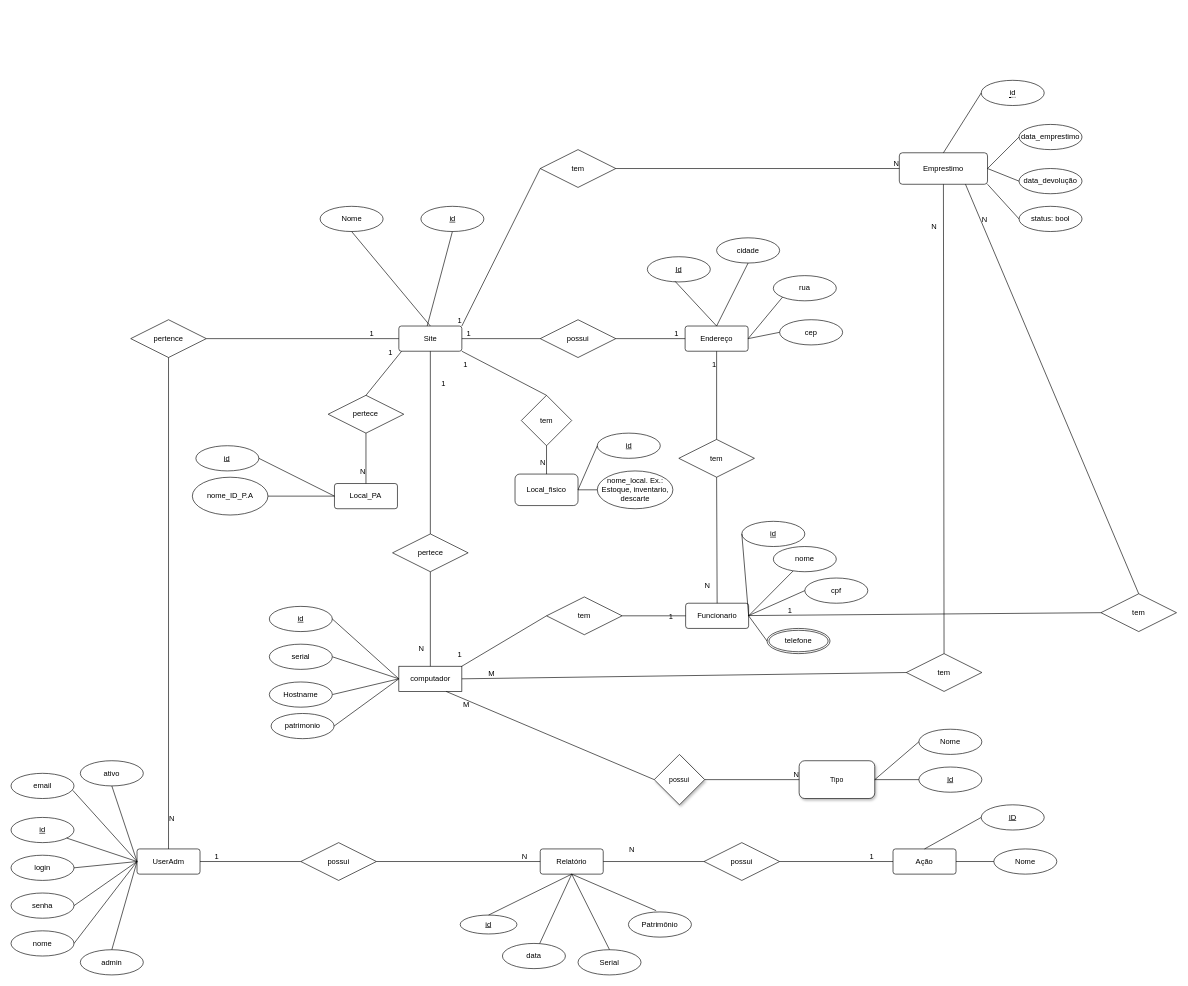
jesiqueira/monitora keeps this draw.io diagram as app/static/img/monitora.drawio. Above is the earlier version. Source tidied: cells renumbered, new cells numbered last; positions are measured from the earlier drawing's top-left corner, leaving out a move shared by most shapes. Both pictures are drawn from the tidied source at 63%, with x=0, y=0 at pixel (11, 80).
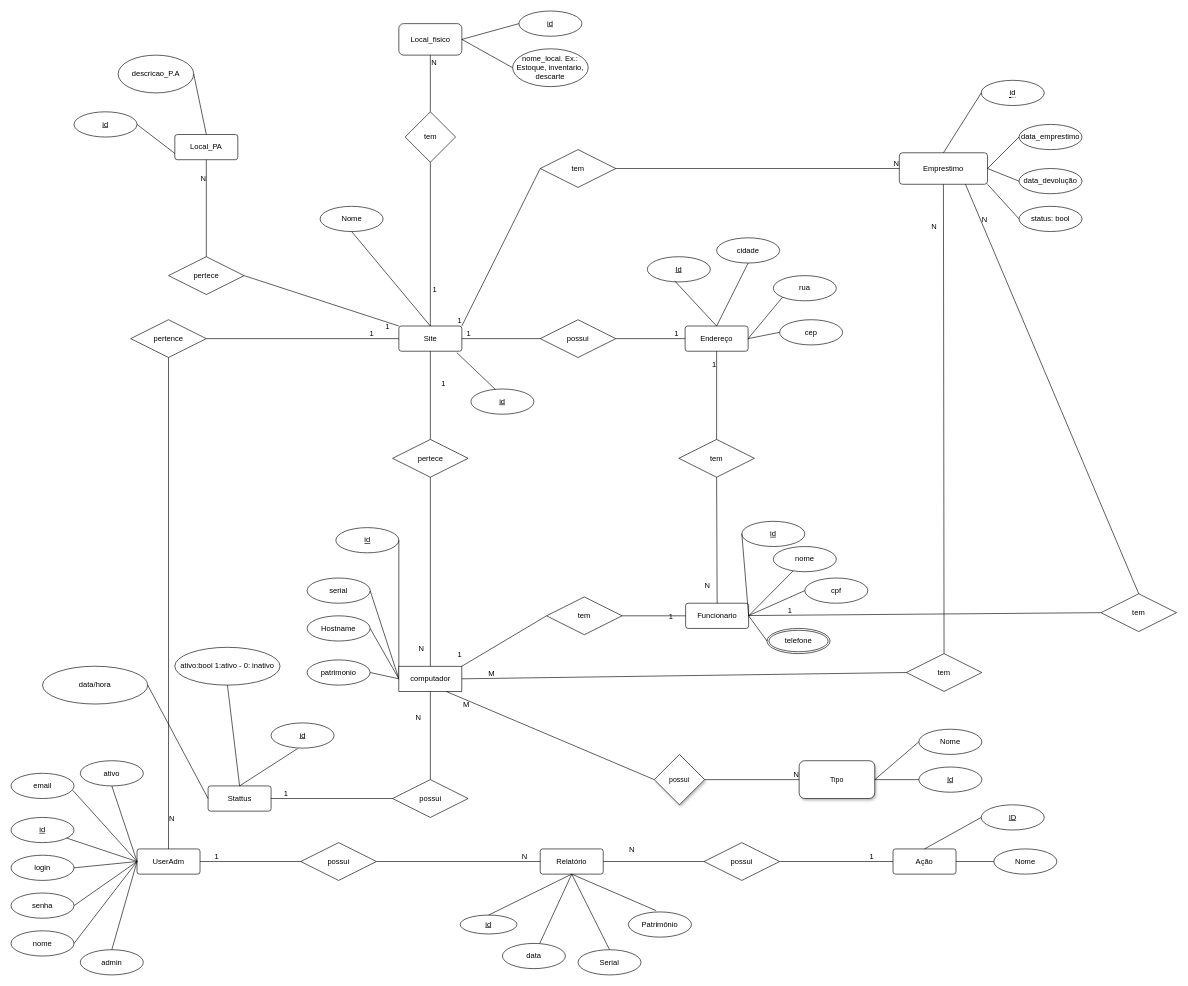
Above is the later version.

Unchanged cells that the change refers to:
```xml
<mxCell id="7" value="Site" style="rounded=1;arcSize=10;whiteSpace=wrap;html=1;align=center;" parent="1" vertex="1">
  <mxGeometry x="615.6" y="390" width="100" height="40" as="geometry" />
</mxCell>
<mxCell id="115" value="computador" style="rounded=1;arcSize=0;whiteSpace=wrap;html=1;align=center;" parent="1" vertex="1">
  <mxGeometry x="615.6" y="930" width="100" height="40" as="geometry" />
</mxCell>
```

Diff of the diagram source:
```diff
@@
     <mxCell id="5" value="id" style="ellipse;whiteSpace=wrap;html=1;align=center;fontStyle=4;" parent="1" vertex="1">
-      <mxGeometry x="410" y="835" width="100" height="40" as="geometry" />
+      <mxGeometry x="515.6" y="710" width="100" height="40" as="geometry" />
     </mxCell>
     <mxCell id="6" value="id" style="ellipse;whiteSpace=wrap;html=1;align=center;fontStyle=4;" parent="1" vertex="1">
-      <mxGeometry x="650.6" y="200" width="100" height="40" as="geometry" />
+      <mxGeometry x="730" y="490" width="100" height="40" as="geometry" />
     </mxCell>
@@
-    <mxCell id="56" style="endArrow=none;html=1;rounded=0;entryX=0.5;entryY=1;entryDx=0;entryDy=0;" parent="1" edge="1" target="6">
-      <mxGeometry relative="1" as="geometry">
-        <mxPoint x="660.6" y="390" as="sourcePoint" />
-      </mxGeometry>
+    <mxCell id="56" style="endArrow=none;html=1;rounded=0;entryX=0.39;entryY=0.021;entryDx=0;entryDy=0;exitX=0.92;exitY=1.057;exitDx=0;exitDy=0;exitPerimeter=0;entryPerimeter=0;" parent="1" edge="1" source="7" target="6">
+      <mxGeometry relative="1" as="geometry" />
     </mxCell>
@@
     <mxCell id="59" value="serial" style="ellipse;whiteSpace=wrap;html=1;align=center;" parent="1" vertex="1">
-      <mxGeometry x="410" y="895" width="100" height="40" as="geometry" />
+      <mxGeometry x="470" y="790" width="100" height="40" as="geometry" />
     </mxCell>
@@
     <mxCell id="61" value="Local_PA" style="rounded=1;arcSize=10;whiteSpace=wrap;html=1;align=center;" parent="1" vertex="1">
-      <mxGeometry x="513.4" y="640" width="100" height="40" as="geometry" />
+      <mxGeometry x="260" y="86" width="100" height="40" as="geometry" />
     </mxCell>
     <mxCell id="62" value="id" style="ellipse;whiteSpace=wrap;html=1;align=center;fontStyle=4;" parent="1" vertex="1">
-      <mxGeometry x="293.4" y="580" width="100" height="40" as="geometry" />
+      <mxGeometry x="100" y="50" width="100" height="40" as="geometry" />
     </mxCell>
-    <mxCell id="63" style="endArrow=none;html=1;rounded=0;exitX=1;exitY=0.5;exitDx=0;exitDy=0;entryX=0;entryY=0.5;entryDx=0;entryDy=0;" parent="1" edge="1" source="62" target="61">
+    <mxCell id="63" style="endArrow=none;html=1;rounded=0;exitX=1;exitY=0.5;exitDx=0;exitDy=0;entryX=0;entryY=0.75;entryDx=0;entryDy=0;" parent="1" edge="1" source="62" target="61">
       <mxGeometry relative="1" as="geometry" />
     </mxCell>
-    <mxCell id="64" style="endArrow=none;html=1;rounded=0;exitX=1;exitY=0.5;exitDx=0;exitDy=0;entryX=0;entryY=0.5;entryDx=0;entryDy=0;" parent="1" edge="1" source="85" target="61">
+    <mxCell id="64" style="endArrow=none;html=1;rounded=0;exitX=1;exitY=0.5;exitDx=0;exitDy=0;entryX=0.5;entryY=0;entryDx=0;entryDy=0;" parent="1" edge="1" source="85" target="61">
       <mxGeometry relative="1" as="geometry" />
     </mxCell>
     <mxCell id="65" value="pertece" style="shape=rhombus;perimeter=rhombusPerimeter;whiteSpace=wrap;html=1;align=center;" parent="1" vertex="1">
-      <mxGeometry x="503.4" y="500" width="120" height="60" as="geometry" />
+      <mxGeometry x="250" y="280" width="120" height="60" as="geometry" />
     </mxCell>
@@
-    <mxCell id="85" value="nome_ID_P.A" style="ellipse;whiteSpace=wrap;html=1;rounded=1;arcSize=10;" parent="1" vertex="1">
-      <mxGeometry x="287.8" y="630" width="120" height="60" as="geometry" />
+    <mxCell id="85" value="descricao_P.A" style="ellipse;whiteSpace=wrap;html=1;rounded=1;arcSize=10;" parent="1" vertex="1">
+      <mxGeometry x="170" y="-40" width="120" height="60" as="geometry" />
     </mxCell>
     <mxCell id="86" value="Local_fisico" style="rounded=1;whiteSpace=wrap;html=1;" parent="1" vertex="1">
-      <mxGeometry x="800" y="625" width="100" height="50" as="geometry" />
+      <mxGeometry x="615.6" y="-90" width="100" height="50" as="geometry" />
     </mxCell>
-    <mxCell id="87" value="tem" style="rhombus;whiteSpace=wrap;html=1;" parent="1" vertex="1">
-      <mxGeometry x="810" y="500" width="80" height="80" as="geometry" />
+    <mxCell id="87" value="tem" style="rhombus;whiteSpace=wrap;html=1;direction=west;" parent="1" vertex="1">
+      <mxGeometry x="625.6" y="50" width="80" height="80" as="geometry" />
     </mxCell>
     <mxCell id="88" value="nome_local. Ex.: Estoque, inventario, descarte" style="ellipse;whiteSpace=wrap;html=1;rounded=1;" parent="1" vertex="1">
-      <mxGeometry x="930.6" y="620" width="120" height="60" as="geometry" />
+      <mxGeometry x="796.2" y="-50" width="120" height="60" as="geometry" />
     </mxCell>
@@
     <mxCell id="90" value="id" style="ellipse;whiteSpace=wrap;html=1;align=center;fontStyle=4;" parent="1" vertex="1">
-      <mxGeometry x="930.6" y="560" width="100" height="40" as="geometry" />
+      <mxGeometry x="806.2" y="-110" width="100" height="40" as="geometry" />
     </mxCell>
@@
-    <mxCell id="92" style="endArrow=none;html=1;rounded=0;entryX=0.5;entryY=0;entryDx=0;entryDy=0;exitX=0.5;exitY=1;exitDx=0;exitDy=0;" parent="1" edge="1" source="87" target="86">
+    <mxCell id="92" style="endArrow=none;html=1;rounded=0;entryX=0.5;entryY=1;entryDx=0;entryDy=0;exitX=0.5;exitY=1;exitDx=0;exitDy=0;" parent="1" edge="1" source="87" target="86">
       <mxGeometry relative="1" as="geometry" />
     </mxCell>
-    <mxCell id="93" value="N" style="html=1;align=right;verticalAlign=bottom;" parent="92" vertex="1">
+    <mxCell id="93" value="N" style="html=1;align=right;verticalAlign=bottom;direction=south;" parent="92" vertex="1">
       <mxGeometry x="1" relative="1" as="geometry">
-        <mxPoint x="-1" y="-10" as="offset" />
+        <mxPoint x="10" y="20" as="offset" />
       </mxGeometry>
     </mxCell>
-    <mxCell id="94" style="endArrow=none;html=1;rounded=0;entryX=1;entryY=1;entryDx=0;entryDy=0;exitX=0.5;exitY=0;exitDx=0;exitDy=0;" parent="1" edge="1" source="87" target="7">
+    <mxCell id="94" style="endArrow=none;html=1;rounded=0;entryX=0.5;entryY=0;entryDx=0;entryDy=0;exitX=0.5;exitY=0;exitDx=0;exitDy=0;" parent="1" edge="1" source="87" target="7">
       <mxGeometry relative="1" as="geometry" />
     </mxCell>
     <mxCell id="95" value="1" style="html=1;align=right;verticalAlign=bottom;" parent="94" vertex="1">
       <mxGeometry x="1" relative="1" as="geometry">
-        <mxPoint x="10" y="30" as="offset" />
+        <mxPoint x="10" y="-50" as="offset" />
       </mxGeometry>
     </mxCell>
-    <mxCell id="96" style="endArrow=none;html=1;rounded=0;entryX=0.5;entryY=0;entryDx=0;entryDy=0;" parent="1" edge="1" source="65" target="61">
+    <mxCell id="96" style="endArrow=none;html=1;rounded=0;exitX=0.5;exitY=0;exitDx=0;exitDy=0;entryX=0.5;entryY=1;entryDx=0;entryDy=0;" parent="1" edge="1" source="65" target="61">
       <mxGeometry relative="1" as="geometry" />
     </mxCell>
     <mxCell id="97" value="N" style="html=1;align=right;verticalAlign=bottom;" parent="96" vertex="1">
       <mxGeometry x="1" relative="1" as="geometry">
-        <mxPoint y="-10" as="offset" />
+        <mxPoint y="39" as="offset" />
       </mxGeometry>
     </mxCell>
-    <mxCell id="98" style="endArrow=none;html=1;rounded=0;entryX=0.044;entryY=1;entryDx=0;entryDy=0;entryPerimeter=0;exitX=0.5;exitY=0;exitDx=0;exitDy=0;" parent="1" edge="1" source="65" target="7">
+    <mxCell id="98" style="endArrow=none;html=1;rounded=0;entryX=0;entryY=0;entryDx=0;entryDy=0;exitX=1;exitY=0.5;exitDx=0;exitDy=0;" parent="1" edge="1" source="65" target="7">
       <mxGeometry relative="1" as="geometry" />
     </mxCell>
@@
     <mxCell id="116" value="pertece" style="shape=rhombus;perimeter=rhombusPerimeter;whiteSpace=wrap;html=1;align=center;" parent="1" vertex="1">
-      <mxGeometry x="605.6" y="720" width="120" height="60" as="geometry" />
+      <mxGeometry x="605.6" y="570" width="120" height="60" as="geometry" />
     </mxCell>
@@
-    <mxCell id="133" style="edgeStyle=orthogonalEdgeStyle;rounded=0;jettySize=auto;html=1;strokeColor=none;endArrow=none;" parent="1" edge="1" target="134">
-      <mxGeometry relative="1" as="geometry">
-        <mxPoint x="444.6" y="1130" as="sourcePoint" />
-      </mxGeometry>
+    <mxCell id="133" style="edgeStyle=orthogonalEdgeStyle;rounded=0;jettySize=auto;html=1;strokeColor=none;endArrow=none;startArrow=none;" parent="1" edge="1" source="136" target="134">
+      <mxGeometry relative="1" as="geometry" />
     </mxCell>
     <mxCell id="134" value="Hostname" style="ellipse;whiteSpace=wrap;html=1;align=center;" parent="1" vertex="1">
-      <mxGeometry x="410" y="955" width="100" height="40" as="geometry" />
+      <mxGeometry x="470" y="850" width="100" height="40" as="geometry" />
     </mxCell>
@@
-    <mxCell id="136" value="patrimonio" style="ellipse;whiteSpace=wrap;html=1;align=center;" parent="1" vertex="1">
-      <mxGeometry x="412.8" y="1005" width="100" height="40" as="geometry" />
-    </mxCell>
@@
+    <mxCell id="156" value="Stattus" style="rounded=1;arcSize=10;whiteSpace=wrap;html=1;align=center;" parent="1" vertex="1">
+      <mxGeometry x="312.8" y="1120" width="100" height="40" as="geometry" />
+    </mxCell>
+    <mxCell id="157" value="possui" style="shape=rhombus;perimeter=rhombusPerimeter;whiteSpace=wrap;html=1;align=center;" parent="1" vertex="1">
+      <mxGeometry x="605.6" y="1110" width="120" height="60" as="geometry" />
+    </mxCell>
+    <mxCell id="158" style="endArrow=none;html=1;rounded=0;exitX=0;exitY=0.5;exitDx=0;exitDy=0;entryX=1;entryY=0.5;entryDx=0;entryDy=0;" parent="1" edge="1" source="157" target="156">
+      <mxGeometry relative="1" as="geometry" />
+    </mxCell>
+    <mxCell id="159" value="1" style="html=1;align=right;verticalAlign=bottom;" parent="158" vertex="1">
+      <mxGeometry x="1" relative="1" as="geometry">
+        <mxPoint x="27" as="offset" />
+      </mxGeometry>
+    </mxCell>
+    <mxCell id="160" value="id" style="ellipse;whiteSpace=wrap;html=1;align=center;fontStyle=4;" parent="1" vertex="1">
+      <mxGeometry x="412.8" y="1020" width="100" height="40" as="geometry" />
+    </mxCell>
+    <mxCell id="161" style="endArrow=none;html=1;rounded=0;exitX=0.419;exitY=1.021;exitDx=0;exitDy=0;entryX=0.5;entryY=0;entryDx=0;entryDy=0;exitPerimeter=0;" parent="1" edge="1" source="160" target="156">
+      <mxGeometry relative="1" as="geometry" />
+    </mxCell>
+    <mxCell id="162" value="ativo:bool 1:ativo - 0: inativo" style="ellipse;whiteSpace=wrap;html=1;align=center;" parent="1" vertex="1">
+      <mxGeometry x="260" y="900" width="167" height="60" as="geometry" />
+    </mxCell>
+    <mxCell id="163" style="endArrow=none;html=1;rounded=0;exitX=0.5;exitY=1;exitDx=0;exitDy=0;entryX=0.5;entryY=0;entryDx=0;entryDy=0;" parent="1" edge="1" source="162" target="156">
+      <mxGeometry relative="1" as="geometry" />
+    </mxCell>
+    <mxCell id="164" value="data/hora" style="ellipse;whiteSpace=wrap;html=1;align=center;" parent="1" vertex="1">
+      <mxGeometry x="50" y="930" width="167" height="60" as="geometry" />
+    </mxCell>
+    <mxCell id="165" style="endArrow=none;html=1;rounded=0;exitX=1;exitY=0.5;exitDx=0;exitDy=0;entryX=0;entryY=0.5;entryDx=0;entryDy=0;" parent="1" edge="1" source="164" target="156">
+      <mxGeometry relative="1" as="geometry" />
+    </mxCell>
+    <mxCell id="166" style="endArrow=none;html=1;rounded=0;entryX=0.5;entryY=1;entryDx=0;entryDy=0;exitX=0.5;exitY=0;exitDx=0;exitDy=0;" parent="1" edge="1" source="157" target="115">
+      <mxGeometry relative="1" as="geometry" />
+    </mxCell>
+    <mxCell id="167" value="N" style="html=1;align=right;verticalAlign=bottom;" parent="166" vertex="1">
+      <mxGeometry x="1" relative="1" as="geometry">
+        <mxPoint x="-15" y="50" as="offset" />
+      </mxGeometry>
+    </mxCell>
+    <mxCell id="136" value="patrimonio" style="ellipse;whiteSpace=wrap;html=1;align=center;" parent="1" vertex="1">
+      <mxGeometry x="470" y="920" width="100" height="40" as="geometry" />
+    </mxCell>
+    <mxCell id="168" style="edgeStyle=orthogonalEdgeStyle;rounded=0;jettySize=auto;html=1;strokeColor=none;endArrow=none;" parent="1" edge="1" target="136">
+      <mxGeometry relative="1" as="geometry">
+        <mxPoint x="444.6" y="1130" as="sourcePoint" />
+      </mxGeometry>
+    </mxCell>
```
